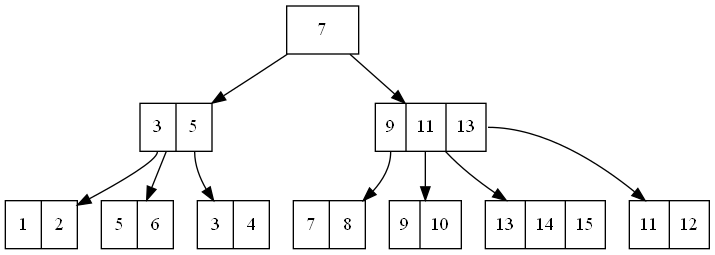
RushhMax/SGBD_BBDDII keeps this Graphviz diagram as INDICES/Post_userid.dot.png. Above is the earlier version. Its source is kept beside it as INDICES/Post_userid.dot. Its diagram source:
```dot
digraph BPlusTree {
node [shape=record];
node0 [label="<f0> 7"];
node0:f0 -> node1;
node1 [label="<f0> 3 | <f1> 5"];
node1:f0 -> node2;
node2 [label="<f0> 1 | <f1> 2"];
node1:f1 -> node3;
node3 [label="<f0> 3 | <f1> 4"];
node1:f2 -> node4;
node4 [label="<f0> 5 | <f1> 6"];
node0:f1 -> node5;
node5 [label="<f0> 9 | <f1> 11 | <f2> 13"];
node5:f0 -> node6;
node6 [label="<f0> 7 | <f1> 8"];
node5:f1 -> node7;
node7 [label="<f0> 9 | <f1> 10"];
node5:f2 -> node8;
node8 [label="<f0> 11 | <f1> 12"];
node5:f3 -> node9;
node9 [label="<f0> 13 | <f1> 14 | <f2> 15"];
}
```
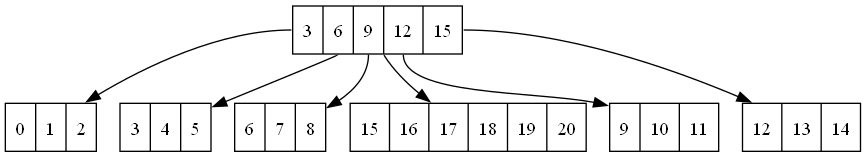
Above is the later version.

Change to the diagram source:
```diff
@@ -1,22 +1,16 @@
 digraph BPlusTree {
 node [shape=record];
-node0 [label="<f0> 7"];
+node0 [label="<f0> 3 | <f1> 6 | <f2> 9 | <f3> 12 | <f4> 15"];
 node0:f0 -> node1;
-node1 [label="<f0> 3 | <f1> 5"];
-node1:f0 -> node2;
-node2 [label="<f0> 1 | <f1> 2"];
-node1:f1 -> node3;
-node3 [label="<f0> 3 | <f1> 4"];
-node1:f2 -> node4;
-node4 [label="<f0> 5 | <f1> 6"];
-node0:f1 -> node5;
-node5 [label="<f0> 9 | <f1> 11 | <f2> 13"];
-node5:f0 -> node6;
-node6 [label="<f0> 7 | <f1> 8"];
-node5:f1 -> node7;
-node7 [label="<f0> 9 | <f1> 10"];
-node5:f2 -> node8;
-node8 [label="<f0> 11 | <f1> 12"];
-node5:f3 -> node9;
-node9 [label="<f0> 13 | <f1> 14 | <f2> 15"];
+node1 [label="<f0> 0 | <f1> 1 | <f2> 2"];
+node0:f1 -> node2;
+node2 [label="<f0> 3 | <f1> 4 | <f2> 5"];
+node0:f2 -> node3;
+node3 [label="<f0> 6 | <f1> 7 | <f2> 8"];
+node0:f3 -> node4;
+node4 [label="<f0> 9 | <f1> 10 | <f2> 11"];
+node0:f4 -> node5;
+node5 [label="<f0> 12 | <f1> 13 | <f2> 14"];
+node0:f5 -> node6;
+node6 [label="<f0> 15 | <f1> 16 | <f2> 17 | <f3> 18 | <f4> 19 | <f5> 20"];
 }
```
